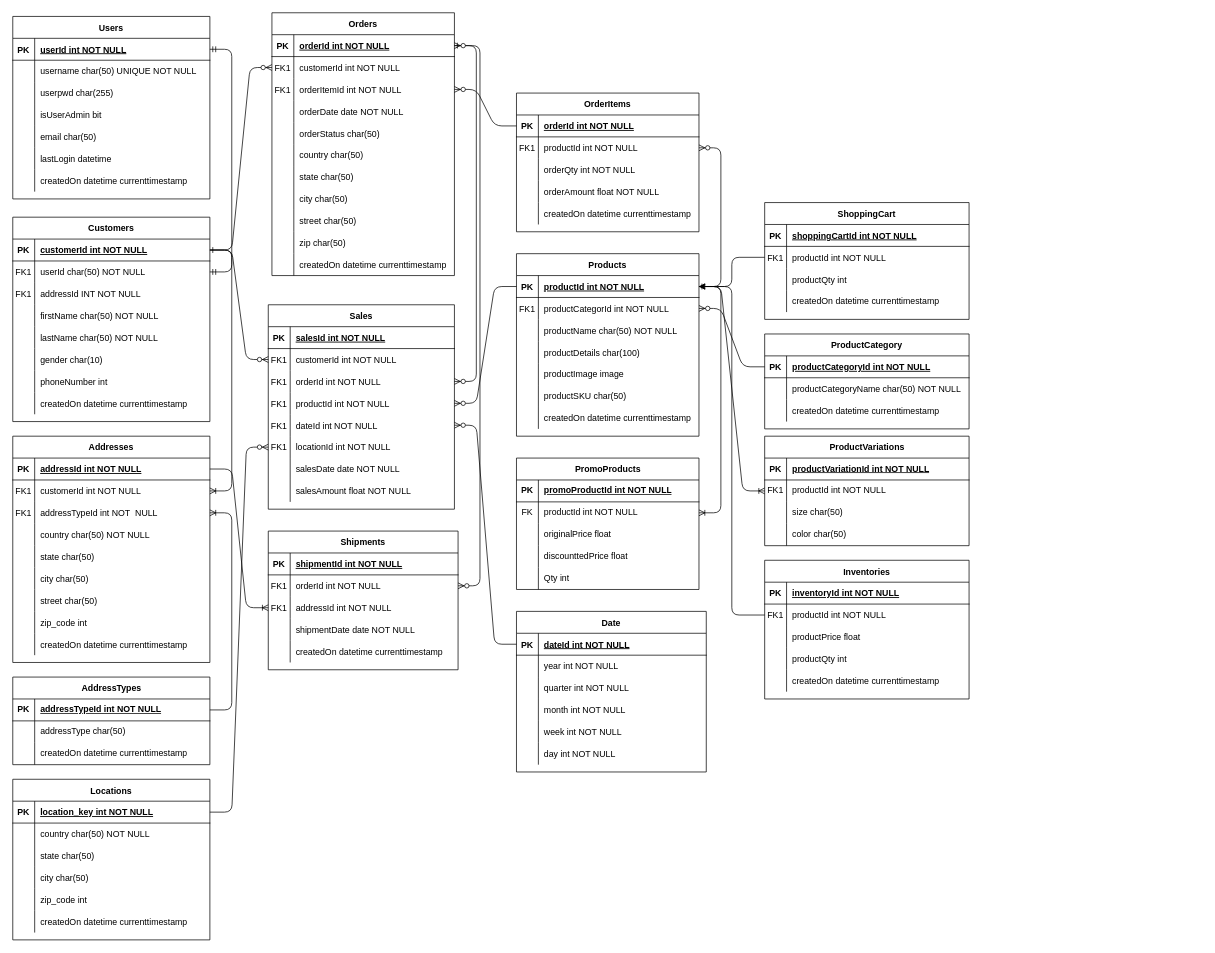
Before: page "high level overview" (2 of 6) of ERD.drawio in jacupan/e-commerce, a draw.io diagram. Source tidied: cells renumbered, new cells numbered last; positions are measured from the earlier drawing's top-left corner, leaving out a move shared by most shapes. Both pictures are drawn from the tidied source at 73%, with x=0, y=0 at pixel (-192, 12).
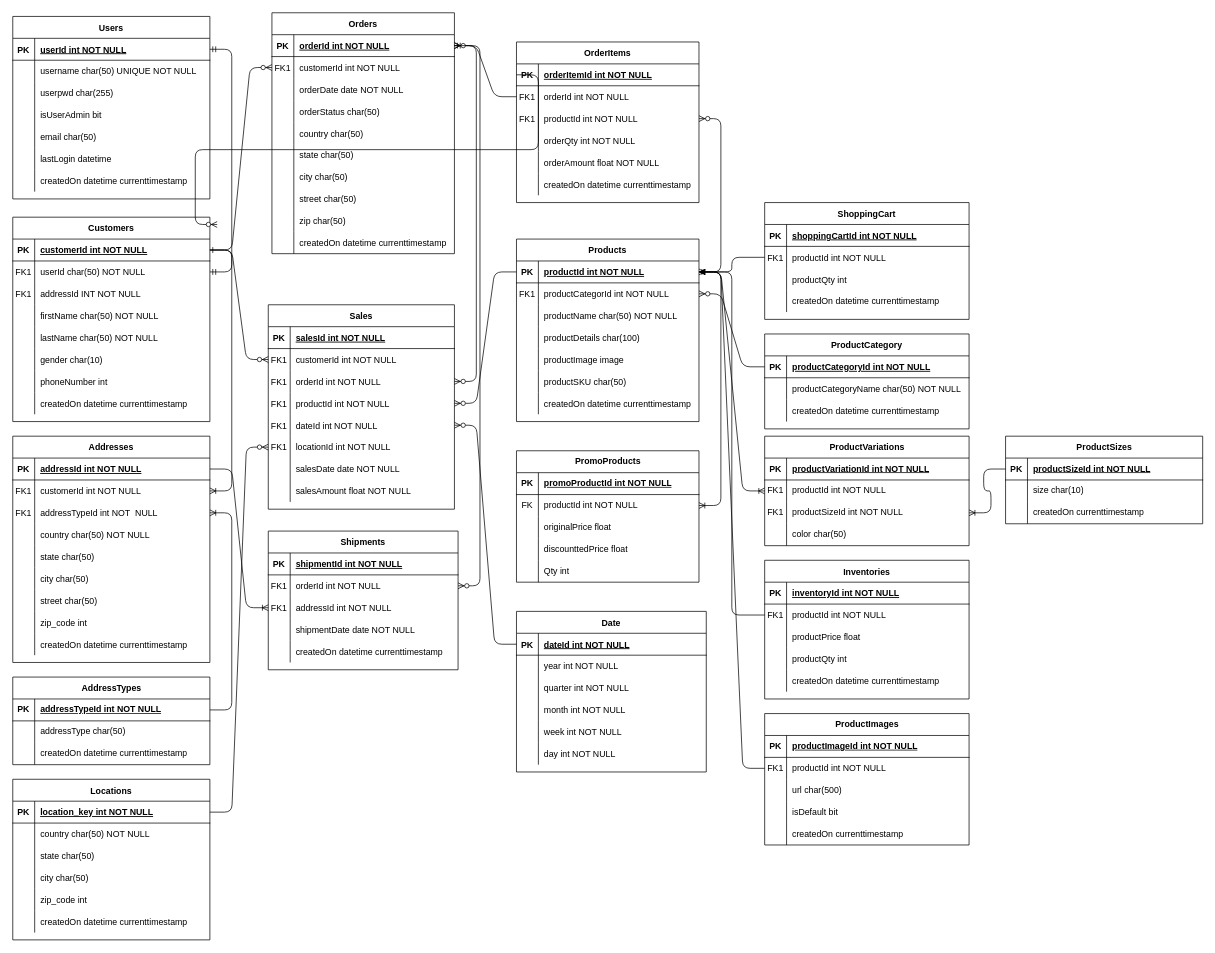
The same page after the edit.

Unchanged cells that the change refers to:
```xml
<mxCell id="4" style="shape=partialRectangle;fillColor=none;points=[[0,0.5],[1,0.5]];portConstraint=eastwest;top=0;left=0;right=0;bottom=1;" parent="3" vertex="1">
  <mxGeometry y="30" width="250" height="30" as="geometry" />
</mxCell>
<mxCell id="79" style="shape=partialRectangle;fillColor=none;points=[[0,0.5],[1,0.5]];portConstraint=eastwest;top=0;left=0;right=0;bottom=1;" parent="78" vertex="1">
  <mxGeometry y="30" width="250" height="30" as="geometry" />
</mxCell>
<mxCell id="174" style="shape=partialRectangle;fillColor=none;points=[[0,0.5],[1,0.5]];portConstraint=eastwest;top=0;left=0;right=0;bottom=1;" parent="173" vertex="1">
  <mxGeometry y="30" width="250" height="30" as="geometry" />
</mxCell>
<mxCell id="317" style="shape=tableRow;horizontal=0;startSize=0;swimlaneHead=0;swimlaneBody=0;fillColor=none;points=[[0,0.5],[1,0.5]];portConstraint=eastwest;top=0;left=0;right=0;bottom=0;" parent="310" vertex="1">
  <mxGeometry y="90" width="280" height="30" as="geometry" />
</mxCell>
```

What changed in the source:
```diff
@@
     <mxCell id="3" value="Orders" style="shape=table;startSize=30;childLayout=tableLayout;rowLines=0;fontStyle=1;align=center;" parent="1" vertex="1">
-      <mxGeometry x="635" width="250" height="360" as="geometry" />
+      <mxGeometry x="635" width="250" height="330" as="geometry" />
     </mxCell>
@@
-    <mxCell id="10" style="shape=partialRectangle;fillColor=none;points=[[0,0.5],[1,0.5]];portConstraint=eastwest;top=0;left=0;right=0;bottom=0;" parent="3" vertex="1">
-      <mxGeometry y="90" width="250" height="30" as="geometry" />
-    </mxCell>
-    <mxCell id="11" value="FK1" style="shape=partialRectangle;overflow=hidden;fillColor=none;top=0;left=0;bottom=0;right=0;" parent="10" vertex="1">
-      <mxGeometry width="30" height="30" as="geometry" />
-    </mxCell>
-    <mxCell id="12" value="orderItemId int NOT NULL" style="shape=partialRectangle;overflow=hidden;fillColor=none;top=0;left=0;bottom=0;right=0;align=left;spacingLeft=6;" parent="10" vertex="1">
-      <mxGeometry x="30" width="220" height="30" as="geometry" />
-    </mxCell>
     <mxCell id="13" style="shape=partialRectangle;fillColor=none;top=0;left=0;right=0;bottom=0;" parent="3" vertex="1">
-      <mxGeometry y="120" width="250" height="30" as="geometry" />
+      <mxGeometry y="90" width="250" height="30" as="geometry" />
     </mxCell>
@@
     <mxCell id="16" style="shape=partialRectangle;fillColor=none;top=0;left=0;right=0;bottom=0;" parent="3" vertex="1">
-      <mxGeometry y="150" width="250" height="30" as="geometry" />
+      <mxGeometry y="120" width="250" height="30" as="geometry" />
     </mxCell>
@@
     <mxCell id="19" style="shape=partialRectangle;fillColor=none;top=0;left=0;right=0;bottom=0;" parent="3" vertex="1">
-      <mxGeometry y="180" width="250" height="30" as="geometry" />
+      <mxGeometry y="150" width="250" height="30" as="geometry" />
     </mxCell>
@@
     <mxCell id="22" style="shape=partialRectangle;fillColor=none;top=0;left=0;right=0;bottom=0;" parent="3" vertex="1">
-      <mxGeometry y="210" width="250" height="30" as="geometry" />
+      <mxGeometry y="180" width="250" height="30" as="geometry" />
     </mxCell>
@@
     <mxCell id="25" style="shape=partialRectangle;fillColor=none;top=0;left=0;right=0;bottom=0;" parent="3" vertex="1">
-      <mxGeometry y="240" width="250" height="30" as="geometry" />
+      <mxGeometry y="210" width="250" height="30" as="geometry" />
     </mxCell>
@@
     <mxCell id="28" style="shape=partialRectangle;fillColor=none;top=0;left=0;right=0;bottom=0;" parent="3" vertex="1">
-      <mxGeometry y="270" width="250" height="30" as="geometry" />
+      <mxGeometry y="240" width="250" height="30" as="geometry" />
     </mxCell>
@@
     <mxCell id="31" style="shape=partialRectangle;fillColor=none;top=0;left=0;right=0;bottom=0;" parent="3" vertex="1">
-      <mxGeometry y="300" width="250" height="30" as="geometry" />
+      <mxGeometry y="270" width="250" height="30" as="geometry" />
     </mxCell>
@@
     <mxCell id="34" style="shape=partialRectangle;fillColor=none;top=0;left=0;right=0;bottom=0;" parent="3" vertex="1">
-      <mxGeometry y="330" width="250" height="30" as="geometry" />
+      <mxGeometry y="300" width="250" height="30" as="geometry" />
     </mxCell>
@@
     <mxCell id="78" value="Products" style="shape=table;startSize=30;childLayout=tableLayout;rowLines=0;fontStyle=1;align=center;" parent="1" vertex="1">
-      <mxGeometry x="970" y="330" width="250" height="250" as="geometry" />
+      <mxGeometry x="970" y="310" width="250" height="250" as="geometry" />
     </mxCell>
@@
     <mxCell id="173" value="OrderItems" style="shape=table;startSize=30;childLayout=tableLayout;rowLines=0;fontStyle=1;align=center;" parent="1" vertex="1">
-      <mxGeometry x="970" y="110" width="250" height="190" as="geometry" />
+      <mxGeometry x="970" y="40" width="250" height="220" as="geometry" />
     </mxCell>
@@
-    <mxCell id="176" value="orderId int NOT NULL " style="shape=partialRectangle;overflow=hidden;fillColor=none;top=0;left=0;bottom=0;right=0;align=left;spacingLeft=6;fontStyle=5;" parent="174" vertex="1">
+    <mxCell id="176" value="orderItemId int NOT NULL " style="shape=partialRectangle;overflow=hidden;fillColor=none;top=0;left=0;bottom=0;right=0;align=left;spacingLeft=6;fontStyle=5;" parent="174" vertex="1">
       <mxGeometry x="30" width="220" height="30" as="geometry" />
     </mxCell>
+    <mxCell id="324" style="shape=partialRectangle;fillColor=none;points=[[0,0.5],[1,0.5]];portConstraint=eastwest;top=0;left=0;right=0;bottom=0;" parent="173" vertex="1">
+      <mxGeometry y="60" width="250" height="30" as="geometry" />
+    </mxCell>
+    <mxCell id="11" value="FK1" style="shape=partialRectangle;overflow=hidden;fillColor=none;top=0;left=0;bottom=0;right=0;" parent="324" vertex="1">
+      <mxGeometry width="30" height="30" as="geometry" />
+    </mxCell>
+    <mxCell id="325" value="orderId int NOT NULL" style="shape=partialRectangle;overflow=hidden;fillColor=none;top=0;left=0;bottom=0;right=0;align=left;spacingLeft=6;" parent="324" vertex="1">
+      <mxGeometry x="30" width="220" height="30" as="geometry" />
+    </mxCell>
     <mxCell id="177" style="shape=partialRectangle;fillColor=none;points=[[0,0.5],[1,0.5]];portConstraint=eastwest;top=0;left=0;right=0;bottom=0;" parent="173" vertex="1">
-      <mxGeometry y="60" width="250" height="30" as="geometry" />
+      <mxGeometry y="90" width="250" height="30" as="geometry" />
     </mxCell>
@@
     <mxCell id="180" style="shape=partialRectangle;fillColor=none;top=0;left=0;right=0;bottom=0;" parent="173" vertex="1">
-      <mxGeometry y="90" width="250" height="30" as="geometry" />
+      <mxGeometry y="120" width="250" height="30" as="geometry" />
     </mxCell>
@@
     <mxCell id="183" style="shape=partialRectangle;fillColor=none;top=0;left=0;right=0;bottom=0;" parent="173" vertex="1">
-      <mxGeometry y="120" width="250" height="30" as="geometry" />
+      <mxGeometry y="150" width="250" height="30" as="geometry" />
     </mxCell>
@@
     <mxCell id="186" style="shape=partialRectangle;fillColor=none;top=0;left=0;right=0;bottom=0;" parent="173" vertex="1">
-      <mxGeometry y="150" width="250" height="30" as="geometry" />
+      <mxGeometry y="180" width="250" height="30" as="geometry" />
     </mxCell>
@@
-    <mxCell id="194" style="edgeStyle=entityRelationEdgeStyle;fontSize=12;html=1;endArrow=ERzeroToMany;endFill=1;rounded=1;exitX=0;exitY=0.5;exitDx=0;exitDy=0;curved=0;" parent="1" edge="1" source="174" target="10">
-      <mxGeometry relative="1" as="geometry" />
+    <mxCell id="194" style="edgeStyle=entityRelationEdgeStyle;fontSize=12;html=1;endArrow=ERzeroToMany;endFill=1;rounded=1;exitX=0;exitY=0.5;exitDx=0;exitDy=0;curved=0;" parent="1" edge="1" source="174">
+      <mxGeometry relative="1" as="geometry">
+        <mxPoint x="560" y="290" as="targetPoint" />
+      </mxGeometry>
     </mxCell>
@@
     <mxCell id="293" value="PromoProducts" style="shape=table;startSize=30;childLayout=tableLayout;rowLines=0;fontStyle=1;align=center;html=1;" parent="1" vertex="1">
-      <mxGeometry x="970" y="610" width="250" height="180" as="geometry" />
+      <mxGeometry x="970" y="600" width="250" height="180" as="geometry" />
     </mxCell>
@@
-    <mxCell id="318" style="shape=partialRectangle;fillColor=none;top=0;left=0;bottom=0;right=0;overflow=hidden;whiteSpace=wrap;html=1;" parent="317" vertex="1">
+    <mxCell id="318" value="FK1" style="shape=partialRectangle;fillColor=none;top=0;left=0;bottom=0;right=0;overflow=hidden;whiteSpace=wrap;html=1;" parent="317" vertex="1">
       <mxGeometry width="30" height="30" as="geometry" />
     </mxCell>
-    <mxCell id="319" value="size char(50)&amp;nbsp;" style="shape=partialRectangle;fillColor=none;top=0;left=0;bottom=0;right=0;align=left;spacingLeft=6;overflow=hidden;whiteSpace=wrap;html=1;" parent="317" vertex="1">
+    <mxCell id="319" value="productSizeId int NOT NULL" style="shape=partialRectangle;fillColor=none;top=0;left=0;bottom=0;right=0;align=left;spacingLeft=6;overflow=hidden;whiteSpace=wrap;html=1;" parent="317" vertex="1">
       <mxGeometry x="30" width="250" height="30" as="geometry" />
     </mxCell>
@@
+    <mxCell id="326" style="edgeStyle=entityRelationEdgeStyle;fontSize=12;html=1;endArrow=ERoneToMany;rounded=1;exitX=0;exitY=0.5;exitDx=0;exitDy=0;curved=0;" parent="1" edge="1" source="324" target="4">
+      <mxGeometry relative="1" as="geometry" />
+    </mxCell>
+    <mxCell id="327" value="ProductImages" style="shape=table;startSize=30;childLayout=tableLayout;rowLines=0;fontStyle=1;align=center;html=1;" parent="1" vertex="1">
+      <mxGeometry x="1310" y="960" width="280" height="180" as="geometry" />
+    </mxCell>
+    <mxCell id="328" style="shape=tableRow;horizontal=0;startSize=0;swimlaneHead=0;swimlaneBody=0;fillColor=none;top=0;left=0;right=0;bottom=1;" parent="327" vertex="1">
+      <mxGeometry y="30" width="280" height="30" as="geometry" />
+    </mxCell>
+    <mxCell id="329" value="PK" style="shape=partialRectangle;fillColor=none;top=0;left=0;bottom=0;right=0;fontStyle=1;overflow=hidden;whiteSpace=wrap;html=1;" parent="328" vertex="1">
+      <mxGeometry width="30" height="30" as="geometry" />
+    </mxCell>
+    <mxCell id="330" value="productImageId int NOT NULL" style="shape=partialRectangle;fillColor=none;top=0;left=0;bottom=0;right=0;align=left;spacingLeft=6;fontStyle=5;overflow=hidden;whiteSpace=wrap;html=1;" parent="328" vertex="1">
+      <mxGeometry x="30" width="250" height="30" as="geometry" />
+    </mxCell>
+    <mxCell id="331" style="shape=tableRow;horizontal=0;startSize=0;swimlaneHead=0;swimlaneBody=0;fillColor=none;points=[[0,0.5],[1,0.5]];portConstraint=eastwest;top=0;left=0;right=0;bottom=0;" parent="327" vertex="1">
+      <mxGeometry y="60" width="280" height="30" as="geometry" />
+    </mxCell>
+    <mxCell id="332" value="FK1" style="shape=partialRectangle;fillColor=none;top=0;left=0;bottom=0;right=0;overflow=hidden;whiteSpace=wrap;html=1;" parent="331" vertex="1">
+      <mxGeometry width="30" height="30" as="geometry" />
+    </mxCell>
+    <mxCell id="333" value="productId int NOT NULL" style="shape=partialRectangle;fillColor=none;top=0;left=0;bottom=0;right=0;align=left;spacingLeft=6;overflow=hidden;whiteSpace=wrap;html=1;" parent="331" vertex="1">
+      <mxGeometry x="30" width="250" height="30" as="geometry" />
+    </mxCell>
+    <mxCell id="334" style="shape=tableRow;horizontal=0;startSize=0;swimlaneHead=0;swimlaneBody=0;fillColor=none;top=0;left=0;right=0;bottom=0;" parent="327" vertex="1">
+      <mxGeometry y="90" width="280" height="30" as="geometry" />
+    </mxCell>
+    <mxCell id="335" style="shape=partialRectangle;fillColor=none;top=0;left=0;bottom=0;right=0;overflow=hidden;whiteSpace=wrap;html=1;" parent="334" vertex="1">
+      <mxGeometry width="30" height="30" as="geometry" />
+    </mxCell>
+    <mxCell id="336" value="url char(500)" style="shape=partialRectangle;fillColor=none;top=0;left=0;bottom=0;right=0;align=left;spacingLeft=6;overflow=hidden;whiteSpace=wrap;html=1;" parent="334" vertex="1">
+      <mxGeometry x="30" width="250" height="30" as="geometry" />
+    </mxCell>
+    <mxCell id="337" style="shape=tableRow;horizontal=0;startSize=0;swimlaneHead=0;swimlaneBody=0;fillColor=none;top=0;left=0;right=0;bottom=0;" parent="327" vertex="1">
+      <mxGeometry y="120" width="280" height="30" as="geometry" />
+    </mxCell>
+    <mxCell id="338" style="shape=partialRectangle;fillColor=none;top=0;left=0;bottom=0;right=0;overflow=hidden;whiteSpace=wrap;html=1;" parent="337" vertex="1">
+      <mxGeometry width="30" height="30" as="geometry" />
+    </mxCell>
+    <mxCell id="339" value="isDefault bit" style="shape=partialRectangle;fillColor=none;top=0;left=0;bottom=0;right=0;align=left;spacingLeft=6;overflow=hidden;whiteSpace=wrap;html=1;" parent="337" vertex="1">
+      <mxGeometry x="30" width="250" height="30" as="geometry" />
+    </mxCell>
+    <mxCell id="340" style="shape=tableRow;horizontal=0;startSize=0;swimlaneHead=0;swimlaneBody=0;fillColor=none;top=0;left=0;right=0;bottom=0;" parent="327" vertex="1">
+      <mxGeometry y="150" width="280" height="30" as="geometry" />
+    </mxCell>
+    <mxCell id="341" style="shape=partialRectangle;fillColor=none;top=0;left=0;bottom=0;right=0;overflow=hidden;whiteSpace=wrap;html=1;" parent="340" vertex="1">
+      <mxGeometry width="30" height="30" as="geometry" />
+    </mxCell>
+    <mxCell id="342" value="createdOn currenttimestamp" style="shape=partialRectangle;fillColor=none;top=0;left=0;bottom=0;right=0;align=left;spacingLeft=6;overflow=hidden;whiteSpace=wrap;html=1;" parent="340" vertex="1">
+      <mxGeometry x="30" width="250" height="30" as="geometry" />
+    </mxCell>
+    <mxCell id="343" value="ProductSizes" style="shape=table;startSize=30;childLayout=tableLayout;rowLines=0;fontStyle=1;align=center;html=1;" parent="1" vertex="1">
+      <mxGeometry x="1640" y="580" width="270" height="120" as="geometry" />
+    </mxCell>
+    <mxCell id="344" style="shape=tableRow;horizontal=0;startSize=0;swimlaneHead=0;swimlaneBody=0;fillColor=none;points=[[0,0.5],[1,0.5]];portConstraint=eastwest;top=0;left=0;right=0;bottom=1;" parent="343" vertex="1">
+      <mxGeometry y="30" width="270" height="30" as="geometry" />
+    </mxCell>
+    <mxCell id="345" value="PK" style="shape=partialRectangle;fillColor=none;top=0;left=0;bottom=0;right=0;fontStyle=1;overflow=hidden;whiteSpace=wrap;html=1;" parent="344" vertex="1">
+      <mxGeometry width="30" height="30" as="geometry" />
+    </mxCell>
+    <mxCell id="346" value="productSizeId int NOT NULL" style="shape=partialRectangle;fillColor=none;top=0;left=0;bottom=0;right=0;align=left;spacingLeft=6;fontStyle=5;overflow=hidden;whiteSpace=wrap;html=1;" parent="344" vertex="1">
+      <mxGeometry x="30" width="240" height="30" as="geometry" />
+    </mxCell>
+    <mxCell id="347" style="shape=tableRow;horizontal=0;startSize=0;swimlaneHead=0;swimlaneBody=0;fillColor=none;top=0;left=0;right=0;bottom=0;" parent="343" vertex="1">
+      <mxGeometry y="60" width="270" height="30" as="geometry" />
+    </mxCell>
+    <mxCell id="348" style="shape=partialRectangle;fillColor=none;top=0;left=0;bottom=0;right=0;overflow=hidden;whiteSpace=wrap;html=1;" parent="347" vertex="1">
+      <mxGeometry width="30" height="30" as="geometry" />
+    </mxCell>
+    <mxCell id="349" value="size char(10)" style="shape=partialRectangle;fillColor=none;top=0;left=0;bottom=0;right=0;align=left;spacingLeft=6;overflow=hidden;whiteSpace=wrap;html=1;" parent="347" vertex="1">
+      <mxGeometry x="30" width="240" height="30" as="geometry" />
+    </mxCell>
+    <mxCell id="350" style="shape=tableRow;horizontal=0;startSize=0;swimlaneHead=0;swimlaneBody=0;fillColor=none;top=0;left=0;right=0;bottom=0;" parent="343" vertex="1">
+      <mxGeometry y="90" width="270" height="30" as="geometry" />
+    </mxCell>
+    <mxCell id="351" style="shape=partialRectangle;fillColor=none;top=0;left=0;bottom=0;right=0;overflow=hidden;whiteSpace=wrap;html=1;" parent="350" vertex="1">
+      <mxGeometry width="30" height="30" as="geometry" />
+    </mxCell>
+    <mxCell id="352" value="createdOn&amp;nbsp;currenttimestamp" style="shape=partialRectangle;fillColor=none;top=0;left=0;bottom=0;right=0;align=left;spacingLeft=6;overflow=hidden;whiteSpace=wrap;html=1;" parent="350" vertex="1">
+      <mxGeometry x="30" width="240" height="30" as="geometry" />
+    </mxCell>
+    <mxCell id="353" style="edgeStyle=entityRelationEdgeStyle;fontSize=12;html=1;endArrow=ERoneToMany;rounded=1;curved=0;" parent="1" edge="1" source="344" target="317">
+      <mxGeometry relative="1" as="geometry" />
+    </mxCell>
+    <mxCell id="354" style="edgeStyle=entityRelationEdgeStyle;fontSize=12;html=1;endArrow=ERoneToMany;rounded=1;curved=0;" parent="1" edge="1" source="331" target="79">
+      <mxGeometry relative="1" as="geometry" />
+    </mxCell>
```
